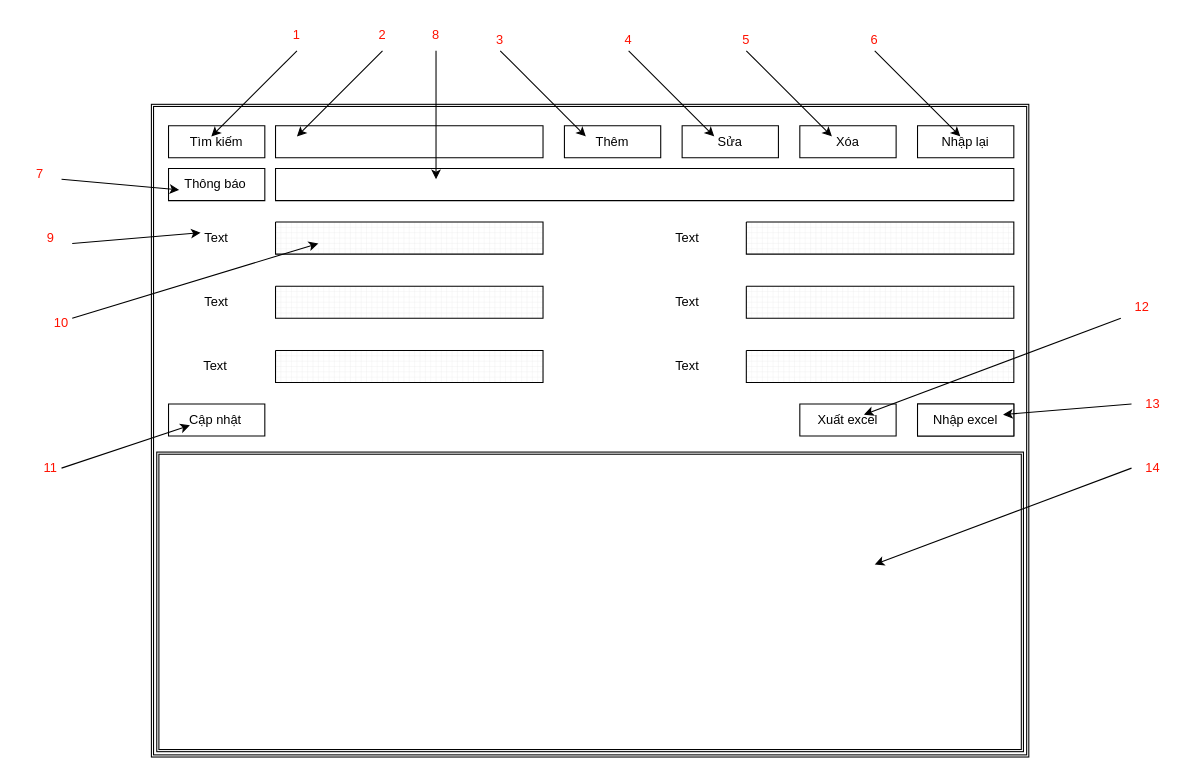
This is Documents/file draw.io giao diện/chat_lieu.drawio from boopanda1998/Cong_nghe_phan_mem, a draw.io file, before an edit. Source tidied: cells renumbered, new cells numbered last; positions are measured from the earlier drawing's top-left corner, leaving out a move shared by most shapes. Both pictures are drawn from the tidied source at 107%, with x=0, y=0 at pixel (18, 18).
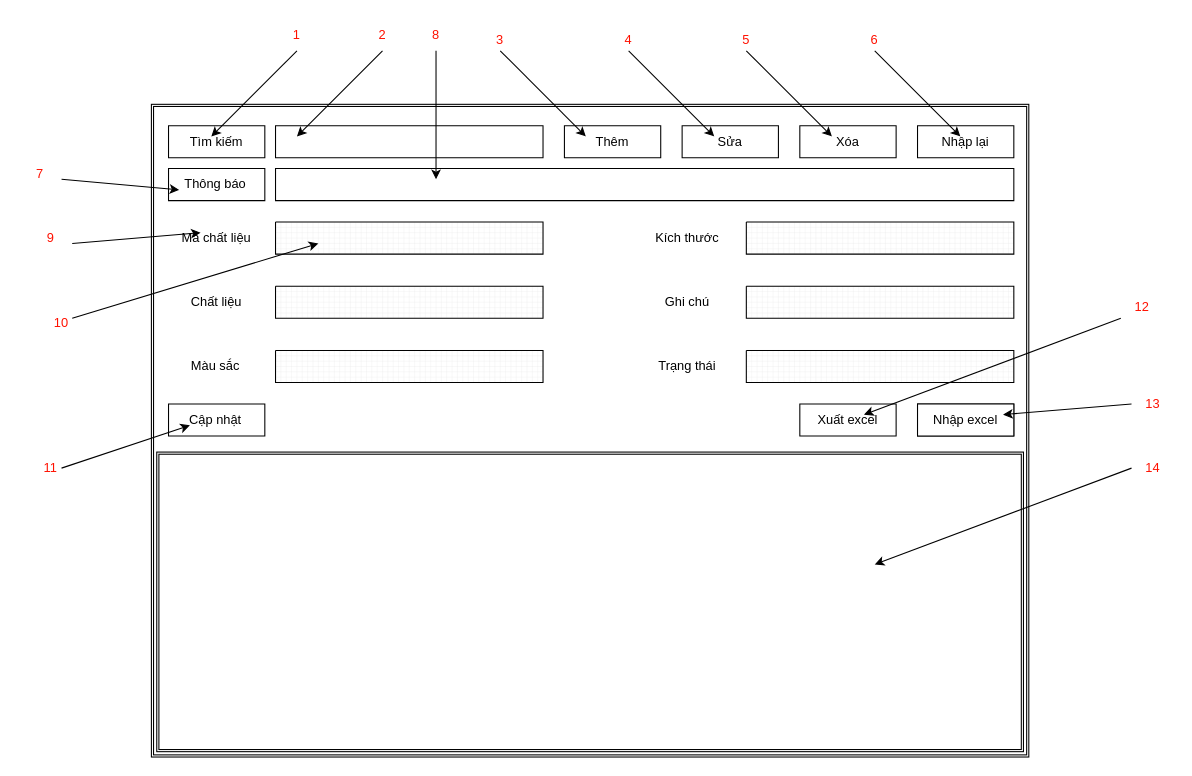
Above is the later version.

Change to the diagram source:
```diff
@@
-    <mxCell id="19" value="Text" style="text;html=1;strokeColor=none;fillColor=none;align=center;verticalAlign=middle;whiteSpace=wrap;rounded=0;" parent="1" vertex="1">
+    <mxCell id="19" value="Mã chất liệu" style="text;html=1;strokeColor=none;fillColor=none;align=center;verticalAlign=middle;whiteSpace=wrap;rounded=0;" parent="1" vertex="1">
       <mxGeometry x="140" y="190" width="90" height="30" as="geometry" />
     </mxCell>
@@
-    <mxCell id="30" value="Text" style="text;html=1;strokeColor=none;fillColor=none;align=center;verticalAlign=middle;whiteSpace=wrap;rounded=0;" parent="1" vertex="1">
+    <mxCell id="30" value="Chất liệu" style="text;html=1;strokeColor=none;fillColor=none;align=center;verticalAlign=middle;whiteSpace=wrap;rounded=0;" parent="1" vertex="1">
       <mxGeometry x="140" y="250" width="90" height="30" as="geometry" />
     </mxCell>
-    <mxCell id="31" value="Text" style="text;html=1;strokeColor=none;fillColor=none;align=center;verticalAlign=middle;whiteSpace=wrap;rounded=0;" parent="1" vertex="1">
+    <mxCell id="31" value="Màu sắc" style="text;html=1;strokeColor=none;fillColor=none;align=center;verticalAlign=middle;whiteSpace=wrap;rounded=0;" parent="1" vertex="1">
       <mxGeometry x="139" y="310" width="90" height="30" as="geometry" />
     </mxCell>
-    <mxCell id="32" value="Text" style="text;html=1;strokeColor=none;fillColor=none;align=center;verticalAlign=middle;whiteSpace=wrap;rounded=0;" parent="1" vertex="1">
+    <mxCell id="32" value="Kích thước" style="text;html=1;strokeColor=none;fillColor=none;align=center;verticalAlign=middle;whiteSpace=wrap;rounded=0;" parent="1" vertex="1">
       <mxGeometry x="580" y="190" width="90" height="30" as="geometry" />
     </mxCell>
-    <mxCell id="33" value="Text" style="text;html=1;strokeColor=none;fillColor=none;align=center;verticalAlign=middle;whiteSpace=wrap;rounded=0;" parent="1" vertex="1">
+    <mxCell id="33" value="Ghi chú" style="text;html=1;strokeColor=none;fillColor=none;align=center;verticalAlign=middle;whiteSpace=wrap;rounded=0;" parent="1" vertex="1">
       <mxGeometry x="580" y="250" width="90" height="30" as="geometry" />
     </mxCell>
-    <mxCell id="34" value="Text" style="text;html=1;strokeColor=none;fillColor=none;align=center;verticalAlign=middle;whiteSpace=wrap;rounded=0;" parent="1" vertex="1">
+    <mxCell id="34" value="Trạng thái" style="text;html=1;strokeColor=none;fillColor=none;align=center;verticalAlign=middle;whiteSpace=wrap;rounded=0;" parent="1" vertex="1">
       <mxGeometry x="580" y="310" width="90" height="30" as="geometry" />
     </mxCell>
```
